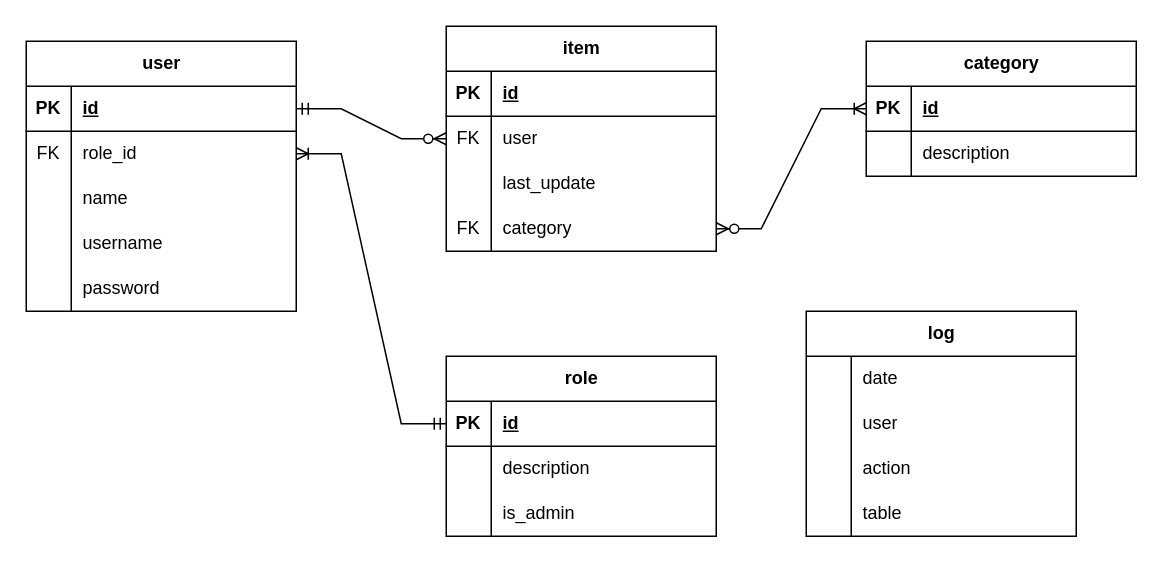
This is diagrams/data_schema.drawio from NM4TT/Restful-CRUD-App, a draw.io file, before an edit. Source tidied: cells renumbered, new cells numbered last; positions are measured from the earlier drawing's top-left corner, leaving out a move shared by most shapes. Both pictures are drawn from the tidied source at 150%, with x=0, y=0 at pixel (26, 26).
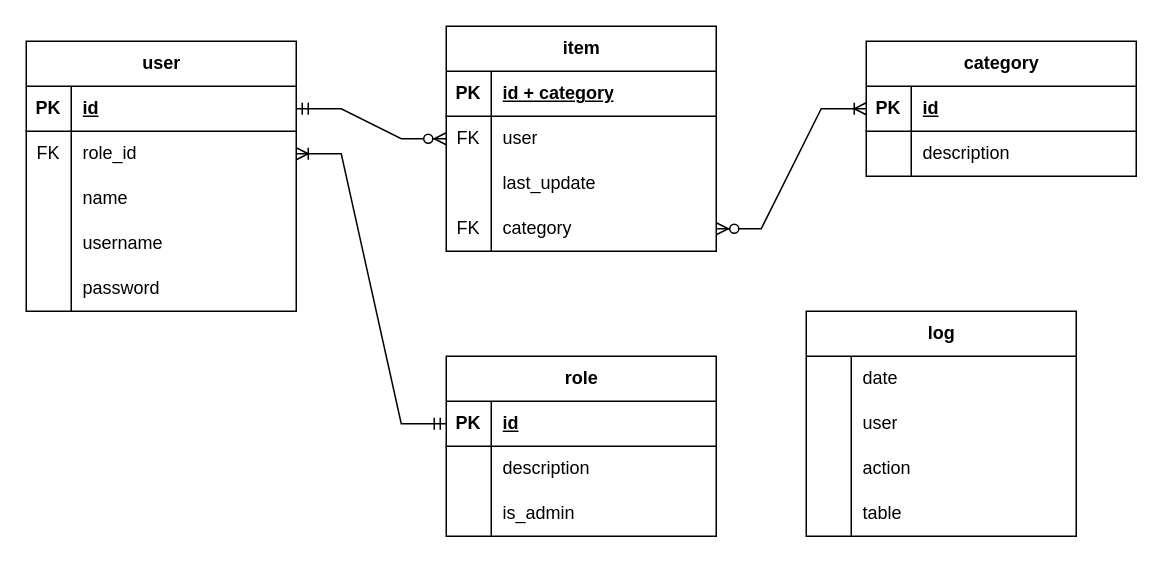
After the change.

Commit message (it also covers changes not shown here):
Database init

The change refers to these unchanged cells:
```xml
<mxCell id="19" style="shape=tableRow;horizontal=0;startSize=0;swimlaneHead=0;swimlaneBody=0;fillColor=none;top=0;left=0;right=0;bottom=1;" parent="18" vertex="1">
  <mxGeometry y="30" width="180" height="30" as="geometry" />
</mxCell>
```

The edit, as a diff of the source:
```diff
@@
-    <mxCell id="21" value="id" style="shape=partialRectangle;fillColor=none;top=0;left=0;bottom=0;right=0;align=left;spacingLeft=6;fontStyle=5;overflow=hidden;whiteSpace=wrap;html=1;" parent="19" vertex="1">
+    <mxCell id="21" value="id + category" style="shape=partialRectangle;fillColor=none;top=0;left=0;bottom=0;right=0;align=left;spacingLeft=6;fontStyle=5;overflow=hidden;whiteSpace=wrap;html=1;" parent="19" vertex="1">
       <mxGeometry x="30" width="150" height="30" as="geometry" />
     </mxCell>
```
